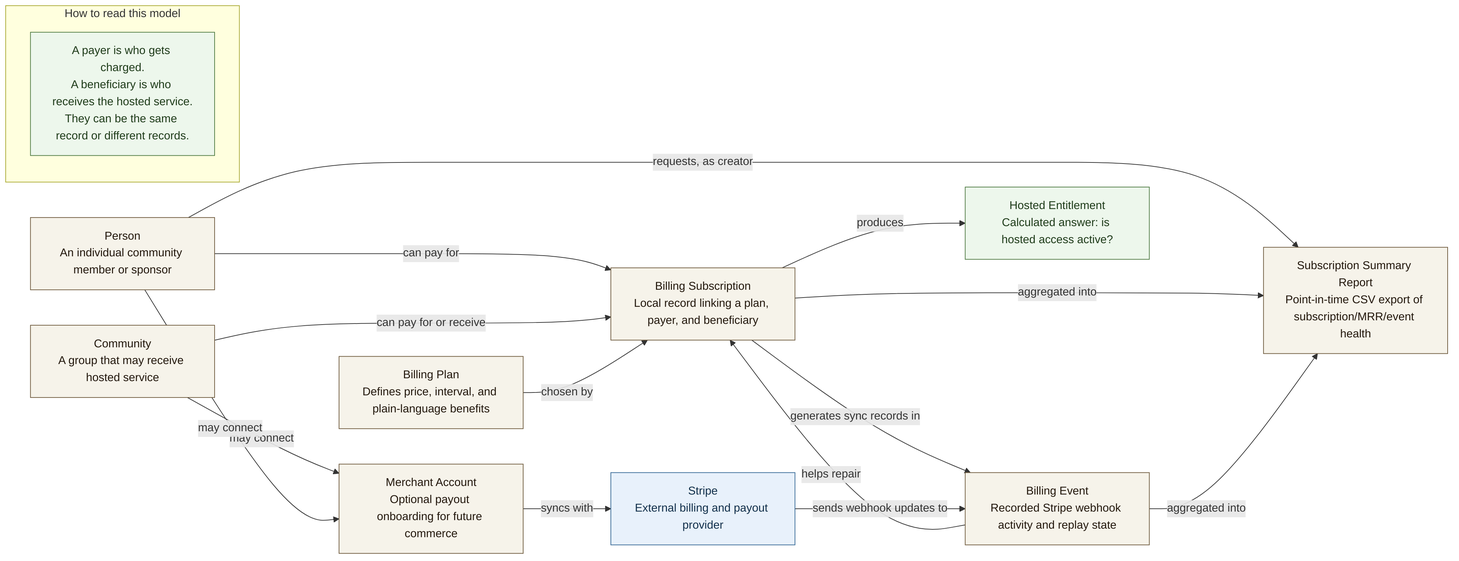
Before: docs/diagrams/exports/png/pr_1581_billing_object_data_model.png, a diagram exported from Mermaid (better-together-org/community-engine-rails). Its source is kept beside it as docs/diagrams/source/pr_1581_billing_object_data_model.mmd.
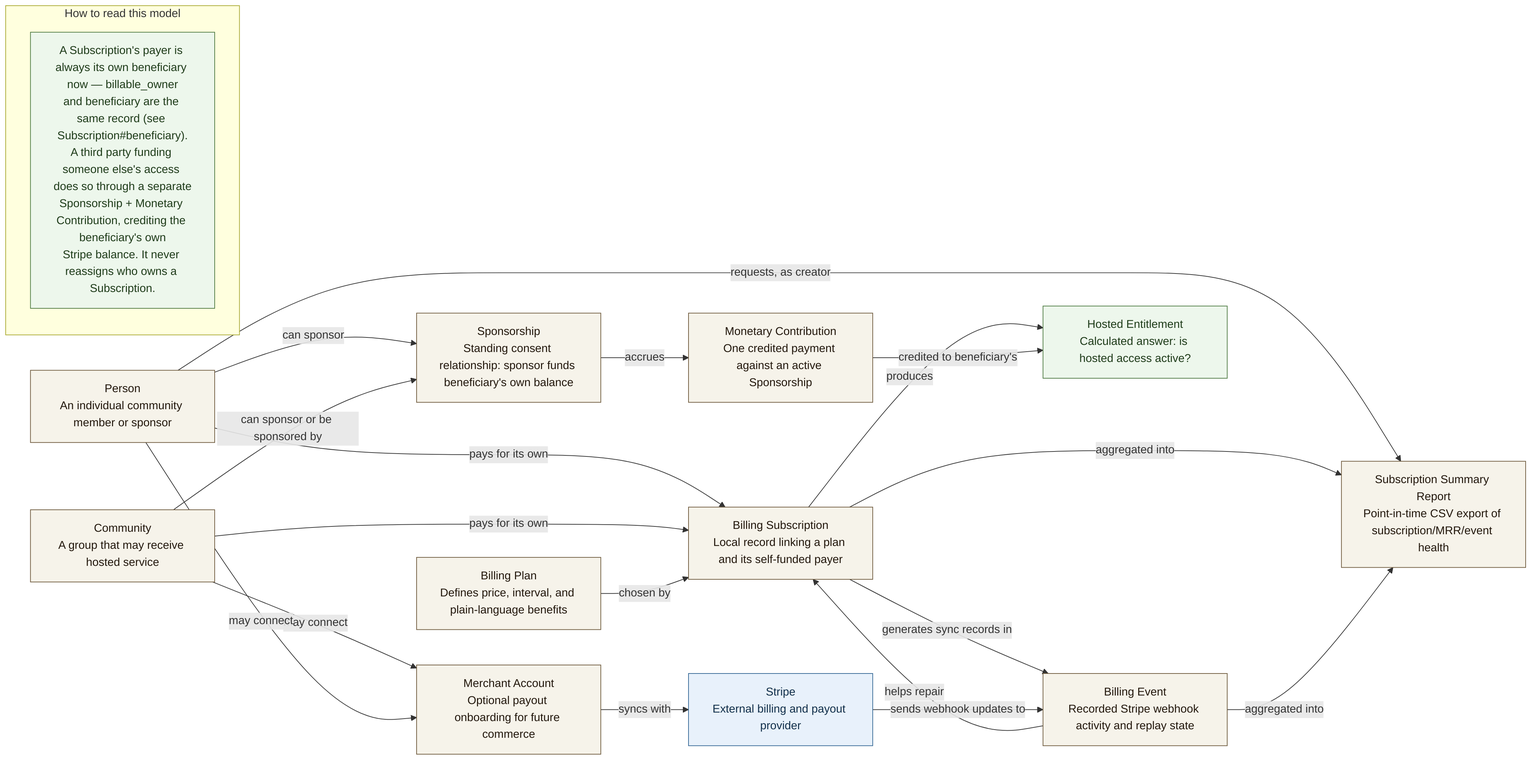
Above is the later version.

Commit message:
docs(diagrams): update 3 architecture diagrams for the sponsorship redesign

What changed in the source:
```diff
@@ -6,15 +6,17 @@
   Person["Person<br/>An individual community member or sponsor"]:::record
   Community["Community<br/>A group that may receive hosted service"]:::record
   Plan["Billing Plan<br/>Defines price, interval, and plain-language benefits"]:::record
-  Subscription["Billing Subscription<br/>Local record linking a plan, payer, and beneficiary"]:::record
+  Subscription["Billing Subscription<br/>Local record linking a plan and its self-funded payer"]:::record
+  Sponsorship["Sponsorship<br/>Standing consent relationship: sponsor funds beneficiary's own balance"]:::record
+  Contribution["Monetary Contribution<br/>One credited payment against an active Sponsorship"]:::record
   Merchant["Merchant Account<br/>Optional payout onboarding for future commerce"]:::record
   Event["Billing Event<br/>Recorded Stripe webhook activity and replay state"]:::record
   Report["Subscription Summary Report<br/>Point-in-time CSV export of subscription/MRR/event health"]:::record
   Hosted["Hosted Entitlement<br/>Calculated answer: is hosted access active?"]:::outcome
   Stripe["Stripe<br/>External billing and payout provider"]:::external
 
-  Person -->|can pay for| Subscription
-  Community -->|can pay for or receive| Subscription
+  Person -->|pays for its own| Subscription
+  Community -->|pays for its own| Subscription
   Plan -->|chosen by| Subscription
   Subscription -->|produces| Hosted
   Subscription -->|generates sync records in| Event
@@ -27,6 +29,11 @@
   Subscription -->|aggregated into| Report
   Event -->|aggregated into| Report
 
+  Person -->|can sponsor| Sponsorship
+  Community -->|can sponsor or be sponsored by| Sponsorship
+  Sponsorship -->|accrues| Contribution
+  Contribution -->|credited to beneficiary's| Hosted
+
   subgraph PlainLanguage["How to read this model"]
-    DirectionNote["A payer is who gets charged.<br/>A beneficiary is who receives the hosted service.<br/>They can be the same record or different records."]:::outcome
+    DirectionNote["A Subscription's payer is always its own beneficiary now — billable_owner\nand beneficiary are the same record (see Subscription#beneficiary).\nA third party funding someone else's access does so through a separate\nSponsorship + Monetary Contribution, crediting the beneficiary's own\nStripe balance. It never reassigns who owns a Subscription."]:::outcome
   end
```
